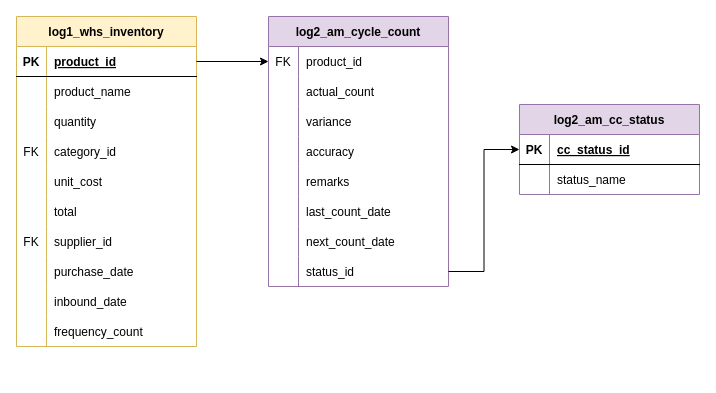
Before: page "AUDIT CYCLE COUNT" (7 of 8) of public/uploads/documents/vehicle_reservation/REVISION.drawio in gcristianber/tnvs-logistic-II, a draw.io diagram. Source tidied: cells renumbered, new cells numbered last; positions are measured from the earlier drawing's top-left corner, leaving out a move shared by most shapes. Both pictures are drawn from the tidied source at 100%, with x=0, y=0 at pixel (16, 16).
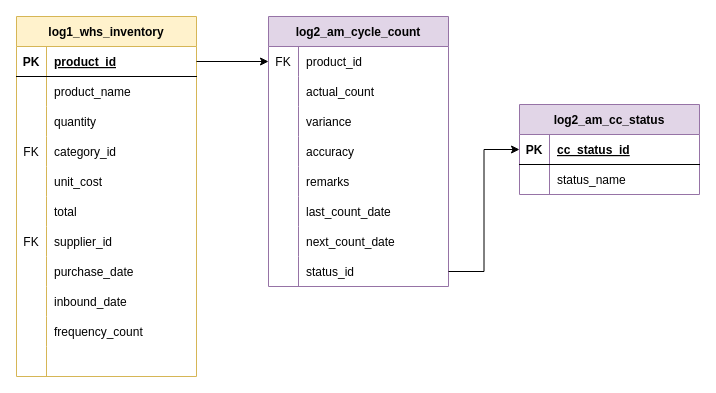
The same page after the edit.

Change to the diagram source:
```diff
@@
     <mxCell id="2" value="log1_whs_inventory" style="shape=table;startSize=30;childLayout=tableLayout;rowLines=0;fontStyle=1;align=center;fillColor=#fff2cc;strokeColor=#d6b656;" parent="1" vertex="1">
-      <mxGeometry width="180" height="330" as="geometry" />
+      <mxGeometry width="180" height="360" as="geometry" />
     </mxCell>
@@
+    <mxCell id="67" style="shape=tableRow;horizontal=0;startSize=0;swimlaneHead=0;swimlaneBody=0;fillColor=none;top=0;left=0;right=0;bottom=0;" parent="2" vertex="1">
+      <mxGeometry y="330" width="180" height="30" as="geometry" />
+    </mxCell>
+    <mxCell id="68" style="shape=partialRectangle;fillColor=none;top=0;left=0;bottom=0;right=0;overflow=hidden;" parent="67" vertex="1">
+      <mxGeometry width="30" height="30" as="geometry" />
+    </mxCell>
+    <mxCell id="69" style="shape=partialRectangle;fillColor=none;top=0;left=0;bottom=0;right=0;align=left;spacingLeft=6;overflow=hidden;" parent="67" vertex="1">
+      <mxGeometry x="30" width="150" height="30" as="geometry" />
+    </mxCell>
```
